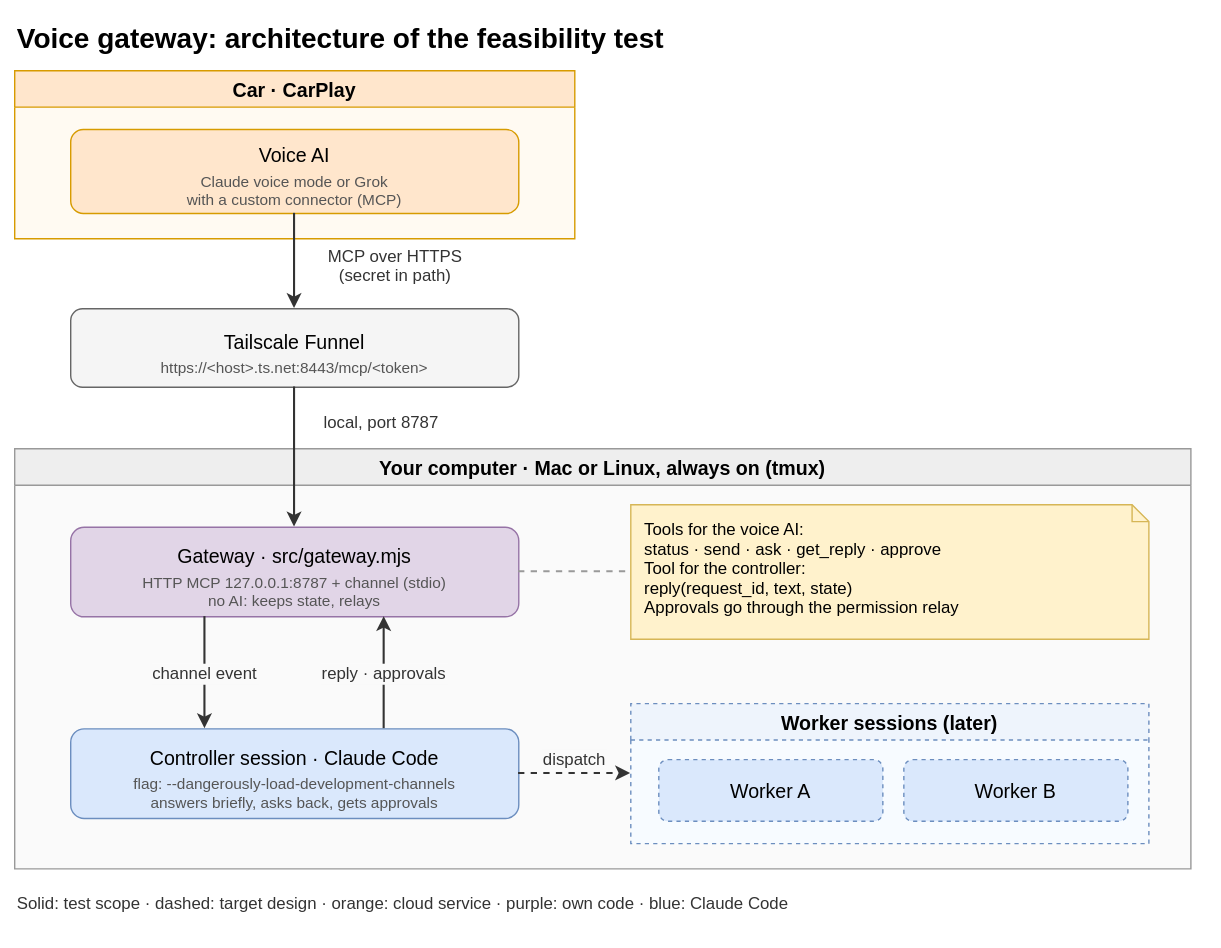
alderg/cc-voice-gateway keeps this draw.io diagram as docs/architecture.drawio.svg. Above is the earlier version. Source tidied: cells renumbered, new cells last; positions are measured from the earlier drawing's top-left corner, leaving out a move shared by most shapes. The source it was exported from:
```xml
<mxGraphModel>
  <root>
    <mxCell id="0" />
    <mxCell id="1" parent="0" />
    <mxCell id="2" value="Voice gateway: architecture of the feasibility test" style="text;html=0;fontSize=20;align=left;verticalAlign=middle;strokeColor=none;fillColor=none;fontStyle=1;fontColor=#000000;" parent="1" vertex="1">
      <mxGeometry width="840" height="30" as="geometry" />
    </mxCell>
    <mxCell id="3" value="Car · CarPlay" style="swimlane;startSize=26;html=0;fontSize=14;fontStyle=1;fillColor=#ffe6cc;strokeColor=#d79b00;swimlaneFillColor=#fffaf2;rounded=0;" parent="1" vertex="1">
      <mxGeometry y="40" width="400" height="120" as="geometry" />
    </mxCell>
    <mxCell id="4" value="Voice AI" style="rounded=1;html=0;fontSize=14;fillColor=#ffe6cc;strokeColor=#d79b00;fontStyle=0;verticalAlign=top;spacingTop=4.9;" parent="3" vertex="1">
      <mxGeometry x="40" y="42" width="320" height="60" as="geometry" />
    </mxCell>
    <mxCell id="5" value="Claude voice mode or Grok&#10;with a custom connector (MCP)" style="text;html=0;fontSize=11;fontColor=#555555;align=center;verticalAlign=top;spacing=0;strokeColor=none;fillColor=none;" parent="4" vertex="1">
      <mxGeometry y="26.7" width="320" height="26.4" as="geometry" />
    </mxCell>
    <mxCell id="6" value="Tailscale Funnel" style="rounded=1;html=0;fontSize=14;fillColor=#f5f5f5;strokeColor=#666666;fontStyle=0;verticalAlign=top;spacingTop=9.5;" parent="1" vertex="1">
      <mxGeometry x="40" y="210" width="320" height="56" as="geometry" />
    </mxCell>
    <mxCell id="7" value="https://&lt;host&gt;.ts.net:8443/mcp/&lt;token&gt;" style="text;html=0;fontSize=11;fontColor=#555555;align=center;verticalAlign=top;spacing=0;strokeColor=none;fillColor=none;" parent="6" vertex="1">
      <mxGeometry y="31.3" width="320" height="13.2" as="geometry" />
    </mxCell>
    <mxCell id="8" value="Your computer · Mac or Linux, always on (tmux)" style="swimlane;startSize=26;html=0;fontSize=14;fontStyle=1;fillColor=#eeeeee;strokeColor=#999999;swimlaneFillColor=#fafafa;rounded=0;" parent="1" vertex="1">
      <mxGeometry y="310" width="840" height="300" as="geometry" />
    </mxCell>
    <mxCell id="9" value="Gateway · src/gateway.mjs" style="rounded=1;html=0;fontSize=14;fillColor=#e1d5e7;strokeColor=#9673a6;fontStyle=0;verticalAlign=top;spacingTop=6.9;" parent="8" vertex="1">
      <mxGeometry x="40" y="56" width="320" height="64" as="geometry" />
    </mxCell>
    <mxCell id="10" value="HTTP MCP 127.0.0.1:8787 + channel (stdio)&#10;no AI: keeps state, relays" style="text;html=0;fontSize=11;fontColor=#555555;align=center;verticalAlign=top;spacing=0;strokeColor=none;fillColor=none;" parent="9" vertex="1">
      <mxGeometry y="28.7" width="320" height="26.4" as="geometry" />
    </mxCell>
    <mxCell id="11" value="Controller session · Claude Code" style="rounded=1;html=0;fontSize=14;fillColor=#dae8fc;strokeColor=#6c8ebf;fontStyle=0;verticalAlign=top;spacingTop=6.9;" parent="8" vertex="1">
      <mxGeometry x="40" y="200" width="320" height="64" as="geometry" />
    </mxCell>
    <mxCell id="12" value="flag: --dangerously-load-development-channels&#10;answers briefly, asks back, gets approvals" style="text;html=0;fontSize=11;fontColor=#555555;align=center;verticalAlign=top;spacing=0;strokeColor=none;fillColor=none;" parent="11" vertex="1">
      <mxGeometry y="28.7" width="320" height="26.4" as="geometry" />
    </mxCell>
    <mxCell id="13" value="Tools for the voice AI:&#10;status · send · ask · get_reply · approve&#10;Tool for the controller:&#10;reply(request_id, text, state)&#10;Approvals go through the permission relay" style="shape=note;size=12;html=0;fontSize=12;align=left;verticalAlign=top;spacingLeft=8;spacingTop=4;fillColor=#fff2cc;strokeColor=#d6b656;" parent="8" vertex="1">
      <mxGeometry x="440" y="40" width="370" height="96" as="geometry" />
    </mxCell>
    <mxCell id="14" value="Worker sessions (later)" style="swimlane;startSize=26;html=0;fontSize=14;fontStyle=1;fillColor=#eef4fc;strokeColor=#6c8ebf;swimlaneFillColor=#f7fbff;rounded=0;dashed=1;" parent="8" vertex="1">
      <mxGeometry x="440" y="182" width="370" height="100" as="geometry" />
    </mxCell>
    <mxCell id="15" value="Worker A" style="rounded=1;html=0;fontSize=14;fillColor=#dae8fc;strokeColor=#6c8ebf;dashed=1;fontStyle=0;" parent="14" vertex="1">
      <mxGeometry x="20" y="40" width="160" height="44" as="geometry" />
    </mxCell>
    <mxCell id="16" value="Worker B" style="rounded=1;html=0;fontSize=14;fillColor=#dae8fc;strokeColor=#6c8ebf;dashed=1;fontStyle=0;" parent="14" vertex="1">
      <mxGeometry x="195" y="40" width="160" height="44" as="geometry" />
    </mxCell>
    <mxCell id="17" value="Solid: test scope · dashed: target design · orange: cloud service · purple: own code · blue: Claude Code" style="text;html=0;fontSize=12;align=left;verticalAlign=middle;strokeColor=none;fillColor=none;fontStyle=0;fontColor=#333333;" parent="1" vertex="1">
      <mxGeometry y="622" width="840" height="24" as="geometry" />
    </mxCell>
    <mxCell id="18" value="MCP over HTTPS&#10;(secret in path)" style="edgeStyle=none;rounded=0;html=0;endArrow=classic;endFill=1;startArrow=none;strokeColor=#333333;strokeWidth=1.5;fontSize=12;fontColor=#333333;labelBackgroundColor=#ffffff;exitX=0.5;exitY=1;exitDx=0;exitDy=0;entryX=0.5;entryY=0;entryDx=0;entryDy=0;" parent="1" edge="1" source="4" target="6">
      <mxGeometry x="0.1" relative="1" as="geometry">
        <mxPoint x="72" as="offset" />
      </mxGeometry>
    </mxCell>
    <mxCell id="19" value="local, port 8787" style="edgeStyle=none;rounded=0;html=0;endArrow=classic;endFill=1;startArrow=none;strokeColor=#333333;strokeWidth=1.5;fontSize=12;fontColor=#333333;labelBackgroundColor=#ffffff;exitX=0.5;exitY=1;exitDx=0;exitDy=0;entryX=0.5;entryY=0;entryDx=0;entryDy=0;" parent="1" edge="1" source="6" target="9">
      <mxGeometry x="-0.5" relative="1" as="geometry">
        <mxPoint x="62" as="offset" />
      </mxGeometry>
    </mxCell>
    <mxCell id="20" value="channel event" style="edgeStyle=none;rounded=0;html=0;endArrow=classic;endFill=1;startArrow=none;strokeColor=#333333;strokeWidth=1.5;fontSize=12;fontColor=#333333;labelBackgroundColor=#fafafa;exitX=0.3;exitY=1;exitDx=0;exitDy=0;entryX=0.3;entryY=0;entryDx=0;entryDy=0;" parent="1" edge="1" source="9" target="11">
      <mxGeometry relative="1" as="geometry" />
    </mxCell>
    <mxCell id="21" value="reply · approvals" style="edgeStyle=none;rounded=0;html=0;endArrow=classic;endFill=1;startArrow=none;strokeColor=#333333;strokeWidth=1.5;fontSize=12;fontColor=#333333;labelBackgroundColor=#fafafa;exitX=0.7;exitY=0;exitDx=0;exitDy=0;entryX=0.7;entryY=1;entryDx=0;entryDy=0;" parent="1" edge="1" source="11" target="9">
      <mxGeometry relative="1" as="geometry" />
    </mxCell>
    <mxCell id="22" value="dispatch" style="edgeStyle=none;rounded=0;html=0;endArrow=classic;endFill=1;startArrow=none;strokeColor=#333333;strokeWidth=1.5;fontSize=12;fontColor=#333333;labelBackgroundColor=#fafafa;dashed=1;exitX=1;exitY=0.5;exitDx=0;exitDy=0;entryX=0;entryY=0.5;entryDx=0;entryDy=0;" parent="1" edge="1" source="11" target="14">
      <mxGeometry relative="1" as="geometry">
        <mxPoint y="-11" as="offset" />
      </mxGeometry>
    </mxCell>
    <mxCell id="23" style="edgeStyle=none;rounded=0;html=0;endArrow=none;startArrow=none;strokeColor=#999999;strokeWidth=1.5;fontSize=12;fontColor=#333333;labelBackgroundColor=#ffffff;dashed=1;exitX=1;exitY=0.5;exitDx=0;exitDy=0;entryX=0;entryY=0.5;entryDx=0;entryDy=0;" parent="1" edge="1" source="9" target="13">
      <mxGeometry relative="1" as="geometry" />
    </mxCell>
  </root>
</mxGraphModel>
```
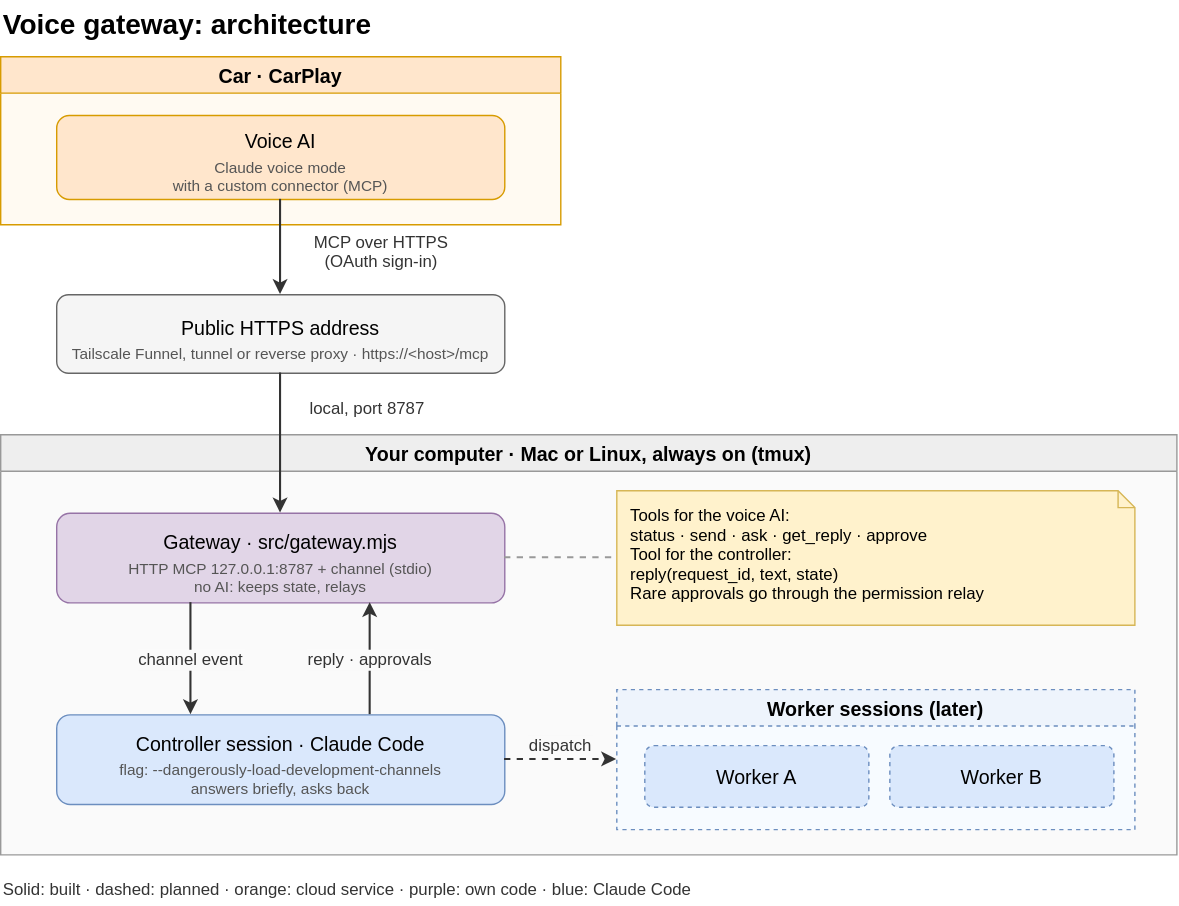
Above is the later version.

What changed in the source:
```diff
@@ -2,7 +2,7 @@
   <root>
     <mxCell id="0" />
     <mxCell id="1" parent="0" />
-    <mxCell id="2" value="Voice gateway: architecture of the feasibility test" style="text;html=0;fontSize=20;align=left;verticalAlign=middle;strokeColor=none;fillColor=none;fontStyle=1;fontColor=#000000;" parent="1" vertex="1">
+    <mxCell id="2" value="Voice gateway: architecture" style="text;html=0;fontSize=20;align=left;verticalAlign=middle;strokeColor=none;fillColor=none;fontStyle=1;fontColor=#000000;" parent="1" vertex="1">
       <mxGeometry width="840" height="30" as="geometry" />
     </mxCell>
     <mxCell id="3" value="Car · CarPlay" style="swimlane;startSize=26;html=0;fontSize=14;fontStyle=1;fillColor=#ffe6cc;strokeColor=#d79b00;swimlaneFillColor=#fffaf2;rounded=0;" parent="1" vertex="1">
@@ -11,13 +11,13 @@
     <mxCell id="4" value="Voice AI" style="rounded=1;html=0;fontSize=14;fillColor=#ffe6cc;strokeColor=#d79b00;fontStyle=0;verticalAlign=top;spacingTop=4.9;" parent="3" vertex="1">
       <mxGeometry x="40" y="42" width="320" height="60" as="geometry" />
     </mxCell>
-    <mxCell id="5" value="Claude voice mode or Grok&#10;with a custom connector (MCP)" style="text;html=0;fontSize=11;fontColor=#555555;align=center;verticalAlign=top;spacing=0;strokeColor=none;fillColor=none;" parent="4" vertex="1">
+    <mxCell id="5" value="Claude voice mode&#10;with a custom connector (MCP)" style="text;html=0;fontSize=11;fontColor=#555555;align=center;verticalAlign=top;spacing=0;strokeColor=none;fillColor=none;" parent="4" vertex="1">
       <mxGeometry y="26.7" width="320" height="26.4" as="geometry" />
     </mxCell>
-    <mxCell id="6" value="Tailscale Funnel" style="rounded=1;html=0;fontSize=14;fillColor=#f5f5f5;strokeColor=#666666;fontStyle=0;verticalAlign=top;spacingTop=9.5;" parent="1" vertex="1">
+    <mxCell id="6" value="Public HTTPS address" style="rounded=1;html=0;fontSize=14;fillColor=#f5f5f5;strokeColor=#666666;fontStyle=0;verticalAlign=top;spacingTop=9.5;" parent="1" vertex="1">
       <mxGeometry x="40" y="210" width="320" height="56" as="geometry" />
     </mxCell>
-    <mxCell id="7" value="https://&lt;host&gt;.ts.net:8443/mcp/&lt;token&gt;" style="text;html=0;fontSize=11;fontColor=#555555;align=center;verticalAlign=top;spacing=0;strokeColor=none;fillColor=none;" parent="6" vertex="1">
+    <mxCell id="7" value="Tailscale Funnel, tunnel or reverse proxy · https://&lt;host&gt;/mcp" style="text;html=0;fontSize=11;fontColor=#555555;align=center;verticalAlign=top;spacing=0;strokeColor=none;fillColor=none;" parent="6" vertex="1">
       <mxGeometry y="31.3" width="320" height="13.2" as="geometry" />
     </mxCell>
     <mxCell id="8" value="Your computer · Mac or Linux, always on (tmux)" style="swimlane;startSize=26;html=0;fontSize=14;fontStyle=1;fillColor=#eeeeee;strokeColor=#999999;swimlaneFillColor=#fafafa;rounded=0;" parent="1" vertex="1">
@@ -32,10 +32,10 @@
     <mxCell id="11" value="Controller session · Claude Code" style="rounded=1;html=0;fontSize=14;fillColor=#dae8fc;strokeColor=#6c8ebf;fontStyle=0;verticalAlign=top;spacingTop=6.9;" parent="8" vertex="1">
       <mxGeometry x="40" y="200" width="320" height="64" as="geometry" />
     </mxCell>
-    <mxCell id="12" value="flag: --dangerously-load-development-channels&#10;answers briefly, asks back, gets approvals" style="text;html=0;fontSize=11;fontColor=#555555;align=center;verticalAlign=top;spacing=0;strokeColor=none;fillColor=none;" parent="11" vertex="1">
+    <mxCell id="12" value="flag: --dangerously-load-development-channels&#10;answers briefly, asks back" style="text;html=0;fontSize=11;fontColor=#555555;align=center;verticalAlign=top;spacing=0;strokeColor=none;fillColor=none;" parent="11" vertex="1">
       <mxGeometry y="28.7" width="320" height="26.4" as="geometry" />
     </mxCell>
-    <mxCell id="13" value="Tools for the voice AI:&#10;status · send · ask · get_reply · approve&#10;Tool for the controller:&#10;reply(request_id, text, state)&#10;Approvals go through the permission relay" style="shape=note;size=12;html=0;fontSize=12;align=left;verticalAlign=top;spacingLeft=8;spacingTop=4;fillColor=#fff2cc;strokeColor=#d6b656;" parent="8" vertex="1">
+    <mxCell id="13" value="Tools for the voice AI:&#10;status · send · ask · get_reply · approve&#10;Tool for the controller:&#10;reply(request_id, text, state)&#10;Rare approvals go through the permission relay" style="shape=note;size=12;html=0;fontSize=12;align=left;verticalAlign=top;spacingLeft=8;spacingTop=4;fillColor=#fff2cc;strokeColor=#d6b656;" parent="8" vertex="1">
       <mxGeometry x="440" y="40" width="370" height="96" as="geometry" />
     </mxCell>
     <mxCell id="14" value="Worker sessions (later)" style="swimlane;startSize=26;html=0;fontSize=14;fontStyle=1;fillColor=#eef4fc;strokeColor=#6c8ebf;swimlaneFillColor=#f7fbff;rounded=0;dashed=1;" parent="8" vertex="1">
@@ -47,10 +47,10 @@
     <mxCell id="16" value="Worker B" style="rounded=1;html=0;fontSize=14;fillColor=#dae8fc;strokeColor=#6c8ebf;dashed=1;fontStyle=0;" parent="14" vertex="1">
       <mxGeometry x="195" y="40" width="160" height="44" as="geometry" />
     </mxCell>
-    <mxCell id="17" value="Solid: test scope · dashed: target design · orange: cloud service · purple: own code · blue: Claude Code" style="text;html=0;fontSize=12;align=left;verticalAlign=middle;strokeColor=none;fillColor=none;fontStyle=0;fontColor=#333333;" parent="1" vertex="1">
+    <mxCell id="17" value="Solid: built · dashed: planned · orange: cloud service · purple: own code · blue: Claude Code" style="text;html=0;fontSize=12;align=left;verticalAlign=middle;strokeColor=none;fillColor=none;fontStyle=0;fontColor=#333333;" parent="1" vertex="1">
       <mxGeometry y="622" width="840" height="24" as="geometry" />
     </mxCell>
-    <mxCell id="18" value="MCP over HTTPS&#10;(secret in path)" style="edgeStyle=none;rounded=0;html=0;endArrow=classic;endFill=1;startArrow=none;strokeColor=#333333;strokeWidth=1.5;fontSize=12;fontColor=#333333;labelBackgroundColor=#ffffff;exitX=0.5;exitY=1;exitDx=0;exitDy=0;entryX=0.5;entryY=0;entryDx=0;entryDy=0;" parent="1" edge="1" source="4" target="6">
+    <mxCell id="18" value="MCP over HTTPS&#10;(OAuth sign-in)" style="edgeStyle=none;rounded=0;html=0;endArrow=classic;endFill=1;startArrow=none;strokeColor=#333333;strokeWidth=1.5;fontSize=12;fontColor=#333333;labelBackgroundColor=#ffffff;exitX=0.5;exitY=1;exitDx=0;exitDy=0;entryX=0.5;entryY=0;entryDx=0;entryDy=0;" parent="1" edge="1" source="4" target="6">
       <mxGeometry x="0.1" relative="1" as="geometry">
         <mxPoint x="72" as="offset" />
       </mxGeometry>
```
